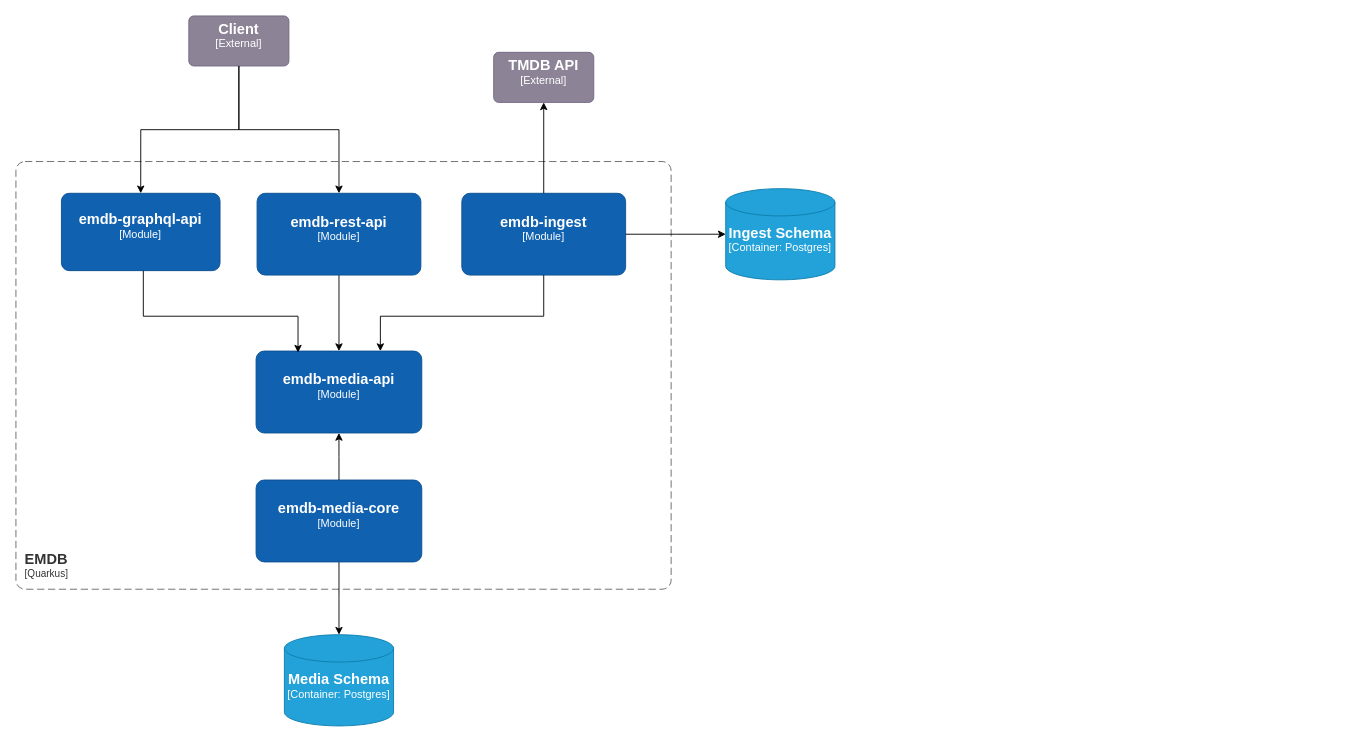
douglase72/projects keeps this draw.io diagram as page "Dependency" (2 of 2) of emdb/doc/emdb5.drawio. Above is the earlier version. Source tidied: cells renumbered, new cells numbered last; positions are measured from the earlier drawing's top-left corner, leaving out a move shared by most shapes. Both pictures are drawn from the tidied source at 91%, with x=0, y=0 at pixel (15, 15).
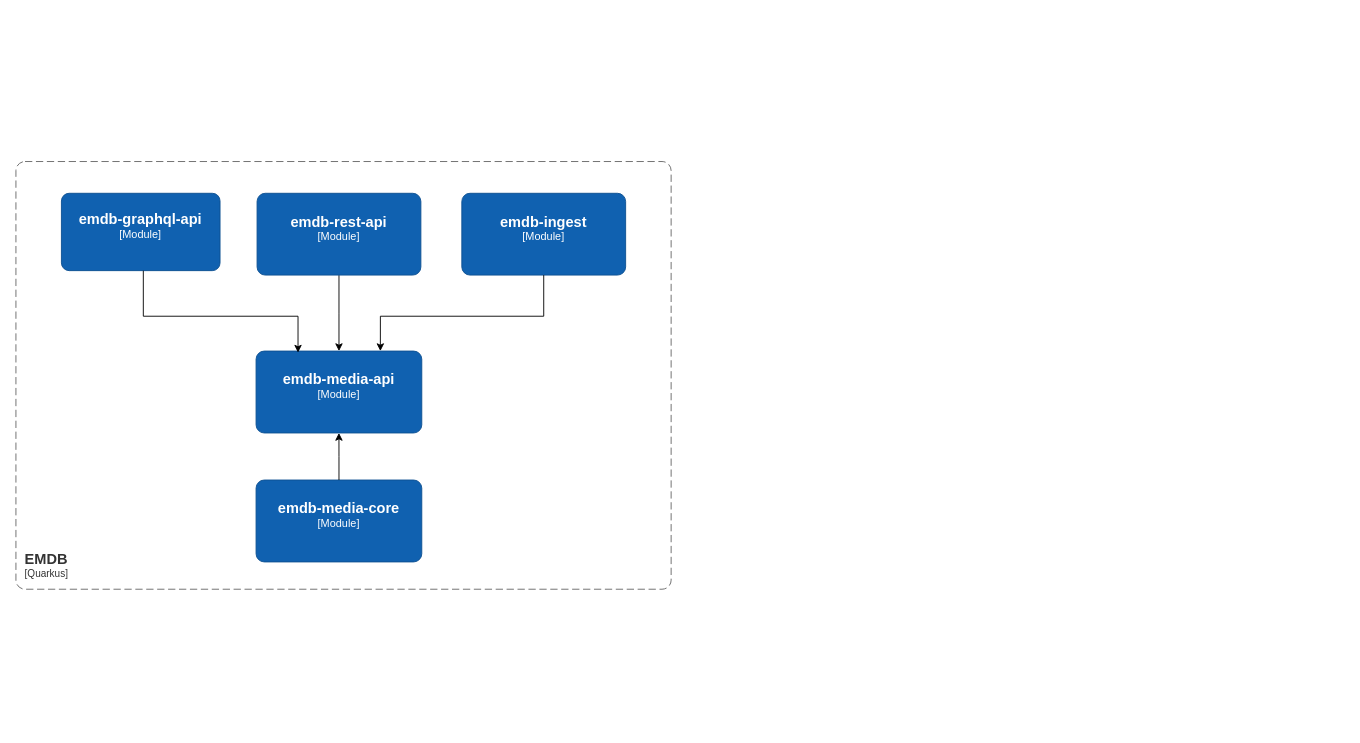
The same page after the edit.

The change refers to these unchanged cells:
```xml
<object id="5" label="&lt;font style=&quot;font-size: 16px&quot;&gt;&lt;b&gt;%c4Name%&lt;/b&gt;&lt;/font&gt;&lt;div&gt;[%c4Type%]&lt;/div&gt;&lt;br&gt;&lt;div&gt;&lt;font style=&quot;font-size: 11px&quot;&gt;&lt;font color=&quot;#cccccc&quot;&gt;%c4Description%&lt;/font&gt;&lt;/div&gt;" c4Description="" c4Name="emdb-rest-api" c4Type="Module" placeholders="1">
  <mxCell style="rounded=1;whiteSpace=wrap;html=1;labelBackgroundColor=none;fillColor=light-dark(#1061B0,#D5E8D4);fontColor=#ffffff;align=center;arcSize=10;strokeColor=#0D5091;points=[[0.25,0,0],[0.5,0,0],[0.75,0,0],[1,0.25,0],[1,0.5,0],[1,0.75,0],[0.75,1,0],[0.5,1,0],[0.25,1,0],[0,0.75,0],[0,0.5,0],[0,0.25,0]];" parent="1" vertex="1">
    <mxGeometry x="265" y="194.9" width="180" height="89.9" as="geometry" />
  </mxCell>
</object>
<object id="6" label="&lt;font style=&quot;font-size: 16px&quot;&gt;&lt;b&gt;%c4Name%&lt;/b&gt;&lt;/font&gt;&lt;div&gt;[%c4Type%]&lt;/div&gt;&lt;br&gt;&lt;div&gt;&lt;font style=&quot;font-size: 11px&quot;&gt;&lt;font color=&quot;#cccccc&quot;&gt;%c4Description%&lt;/font&gt;&lt;/div&gt;" c4Description="" c4Name="emdb-graphql-api" c4Type="Module" placeholders="1">
  <mxCell style="rounded=1;whiteSpace=wrap;html=1;labelBackgroundColor=none;fillColor=light-dark(#1061B0,#FFF2CC);fontColor=#ffffff;align=center;arcSize=10;strokeColor=#0D5091;points=[[0.25,0,0],[0.5,0,0],[0.75,0,0],[1,0.25,0],[1,0.5,0],[1,0.75,0],[0.75,1,0],[0.5,1,0],[0.25,1,0],[0,0.75,0],[0,0.5,0],[0,0.25,0]];" parent="1" vertex="1">
    <mxGeometry x="50" y="194.9" width="174.3" height="85" as="geometry" />
  </mxCell>
</object>
<object id="8" label="&lt;font style=&quot;font-size: 16px&quot;&gt;&lt;b&gt;%c4Name%&lt;/b&gt;&lt;/font&gt;&lt;div&gt;[%c4Type%]&lt;/div&gt;&lt;br&gt;&lt;div&gt;&lt;font style=&quot;font-size: 11px&quot;&gt;&lt;font color=&quot;#cccccc&quot;&gt;%c4Description%&lt;/font&gt;&lt;/div&gt;" c4Description="" c4Name="emdb-media-core" c4Type="Module" placeholders="1">
  <mxCell style="rounded=1;whiteSpace=wrap;html=1;labelBackgroundColor=none;fillColor=light-dark(#1061B0,#B9E0A5);fontColor=#ffffff;align=center;arcSize=10;strokeColor=#0D5091;points=[[0.25,0,0],[0.5,0,0],[0.75,0,0],[1,0.25,0],[1,0.5,0],[1,0.75,0],[0.75,1,0],[0.5,1,0],[0.25,1,0],[0,0.75,0],[0,0.5,0],[0,0.25,0]];" parent="1" vertex="1">
    <mxGeometry x="263.9" y="510" width="182.1" height="90" as="geometry" />
  </mxCell>
</object>
<object id="18" label="&lt;font style=&quot;font-size: 16px&quot;&gt;&lt;b&gt;%c4Name%&lt;/b&gt;&lt;/font&gt;&lt;div&gt;[%c4Type%]&lt;/div&gt;&lt;br&gt;&lt;div&gt;&lt;font style=&quot;font-size: 11px&quot;&gt;&lt;font color=&quot;#cccccc&quot;&gt;%c4Description%&lt;/font&gt;&lt;/div&gt;" c4Description="" c4Name="emdb-ingest" c4Type="Module" placeholders="1">
  <mxCell style="rounded=1;whiteSpace=wrap;html=1;labelBackgroundColor=none;fillColor=light-dark(#1061B0,#D5E8D4);fontColor=#ffffff;align=center;arcSize=10;strokeColor=#0D5091;points=[[0.25,0,0],[0.5,0,0],[0.75,0,0],[1,0.25,0],[1,0.5,0],[1,0.75,0],[0.75,1,0],[0.5,1,0],[0.25,1,0],[0,0.75,0],[0,0.5,0],[0,0.25,0]];" parent="1" vertex="1">
    <mxGeometry x="490" y="194.9" width="180" height="89.9" as="geometry" />
  </mxCell>
</object>
```

What changed in the source:
```diff
@@
-    <mxCell id="7" style="edgeStyle=orthogonalEdgeStyle;rounded=0;jettySize=auto;html=1;" parent="1" edge="1" source="8" target="9">
-      <mxGeometry relative="1" as="geometry" />
-    </mxCell>
@@
-    <object id="9" label="&lt;font style=&quot;font-size: 16px&quot;&gt;&lt;b&gt;%c4Name%&lt;/b&gt;&lt;/font&gt;&lt;div&gt;[%c4Type%:&amp;nbsp;%c4Technology%]&lt;/div&gt;&lt;br&gt;&lt;div&gt;&lt;font style=&quot;font-size: 11px&quot;&gt;&lt;font color=&quot;#E6E6E6&quot;&gt;%c4Description%&lt;/font&gt;&lt;/div&gt;" c4Description="" c4Name="Media Schema" c4Technology="Postgres" c4Type="Container" placeholders="1">
-      <mxCell style="shape=cylinder3;size=15;whiteSpace=wrap;html=1;boundedLbl=1;rounded=0;labelBackgroundColor=none;fillColor=light-dark(#23A2D9,#CCE5FF);fontSize=12;fontColor=#ffffff;align=center;strokeColor=light-dark(#0E7DAD,#000000);points=[[0.5,0,0],[1,0.25,0],[1,0.5,0],[1,0.75,0],[0.5,1,0],[0,0.75,0],[0,0.5,0],[0,0.25,0]];" parent="1" vertex="1">
-        <mxGeometry x="295" y="680" width="120" height="100.2" as="geometry" />
-      </mxCell>
-    </object>
-    <object id="10" label="&lt;font style=&quot;font-size: 16px&quot;&gt;&lt;b&gt;%c4Name%&lt;/b&gt;&lt;/font&gt;&lt;div&gt;[%c4Type%:&amp;nbsp;%c4Technology%]&lt;/div&gt;&lt;br&gt;&lt;div&gt;&lt;font style=&quot;font-size: 11px&quot;&gt;&lt;font color=&quot;#E6E6E6&quot;&gt;%c4Description%&lt;/font&gt;&lt;/div&gt;" c4Description="" c4Name="Ingest Schema" c4Technology="Postgres" c4Type="Container" placeholders="1">
-      <mxCell style="shape=cylinder3;size=15;whiteSpace=wrap;html=1;boundedLbl=1;rounded=0;labelBackgroundColor=none;fillColor=light-dark(#23A2D9,#CCE5FF);fontSize=12;fontColor=#ffffff;align=center;strokeColor=light-dark(#0E7DAD,#000000);points=[[0.5,0,0],[1,0.25,0],[1,0.5,0],[1,0.75,0],[0.5,1,0],[0,0.75,0],[0,0.5,0],[0,0.25,0]];" parent="1" vertex="1">
-        <mxGeometry x="780" y="189.8" width="120" height="100.2" as="geometry" />
-      </mxCell>
-    </object>
-    <object id="11" label="&lt;font style=&quot;font-size: 16px&quot;&gt;&lt;b&gt;%c4Name%&lt;/b&gt;&lt;/font&gt;&lt;div&gt;[%c4Type%]&lt;/div&gt;&lt;br&gt;&lt;div&gt;&lt;font style=&quot;font-size: 11px&quot;&gt;&lt;font color=&quot;#cccccc&quot;&gt;%c4Description%&lt;/font&gt;&lt;/div&gt;" c4Description="" c4Name="Client" c4Type="External" placeholders="1">
-      <mxCell style="rounded=1;whiteSpace=wrap;html=1;labelBackgroundColor=none;fillColor=light-dark(#8C8496,#E6E6E6);fontColor=#ffffff;align=center;arcSize=10;strokeColor=#736782;points=[[0.25,0,0],[0.5,0,0],[0.75,0,0],[1,0.25,0],[1,0.5,0],[1,0.75,0],[0.75,1,0],[0.5,1,0],[0.25,1,0],[0,0.75,0],[0,0.5,0],[0,0.25,0]];" parent="1" vertex="1">
-        <mxGeometry x="190" width="110" height="55" as="geometry" />
-      </mxCell>
-    </object>
-    <mxCell id="12" style="edgeStyle=orthogonalEdgeStyle;rounded=0;jettySize=auto;html=1;entryX=0.5;entryY=0;entryDx=0;entryDy=0;entryPerimeter=0;" parent="1" edge="1" source="11" target="6">
-      <mxGeometry relative="1" as="geometry" />
-    </mxCell>
-    <object id="13" label="&lt;font style=&quot;font-size: 16px&quot;&gt;&lt;b&gt;%c4Name%&lt;/b&gt;&lt;/font&gt;&lt;div&gt;[%c4Type%]&lt;/div&gt;&lt;br&gt;&lt;div&gt;&lt;font style=&quot;font-size: 11px&quot;&gt;&lt;font color=&quot;#cccccc&quot;&gt;%c4Description%&lt;/font&gt;&lt;/div&gt;" c4Description="" c4Name="TMDB API" c4Type="External" placeholders="1">
-      <mxCell style="rounded=1;whiteSpace=wrap;html=1;labelBackgroundColor=none;fillColor=light-dark(#8C8496,#E6E6E6);fontColor=#ffffff;align=center;arcSize=10;strokeColor=#736782;points=[[0.25,0,0],[0.5,0,0],[0.75,0,0],[1,0.25,0],[1,0.5,0],[1,0.75,0],[0.75,1,0],[0.5,1,0],[0.25,1,0],[0,0.75,0],[0,0.5,0],[0,0.25,0]];" parent="1" vertex="1">
-        <mxGeometry x="525" y="40" width="110" height="55" as="geometry" />
-      </mxCell>
-    </object>
-    <mxCell id="14" style="edgeStyle=orthogonalEdgeStyle;rounded=0;jettySize=auto;html=1;entryX=0.5;entryY=0;entryDx=0;entryDy=0;entryPerimeter=0;" parent="1" edge="1" source="11" target="5">
-      <mxGeometry relative="1" as="geometry" />
-    </mxCell>
@@
-    <mxCell id="20" style="edgeStyle=orthogonalEdgeStyle;rounded=0;jettySize=auto;html=1;entryX=0.5;entryY=1;entryDx=0;entryDy=0;entryPerimeter=0;" parent="1" edge="1" source="18" target="13">
-      <mxGeometry relative="1" as="geometry" />
-    </mxCell>
-    <mxCell id="21" style="edgeStyle=orthogonalEdgeStyle;rounded=0;jettySize=auto;html=1;entryX=0;entryY=0.5;entryDx=0;entryDy=0;entryPerimeter=0;" parent="1" edge="1" source="18" target="10">
-      <mxGeometry relative="1" as="geometry" />
-    </mxCell>
```
